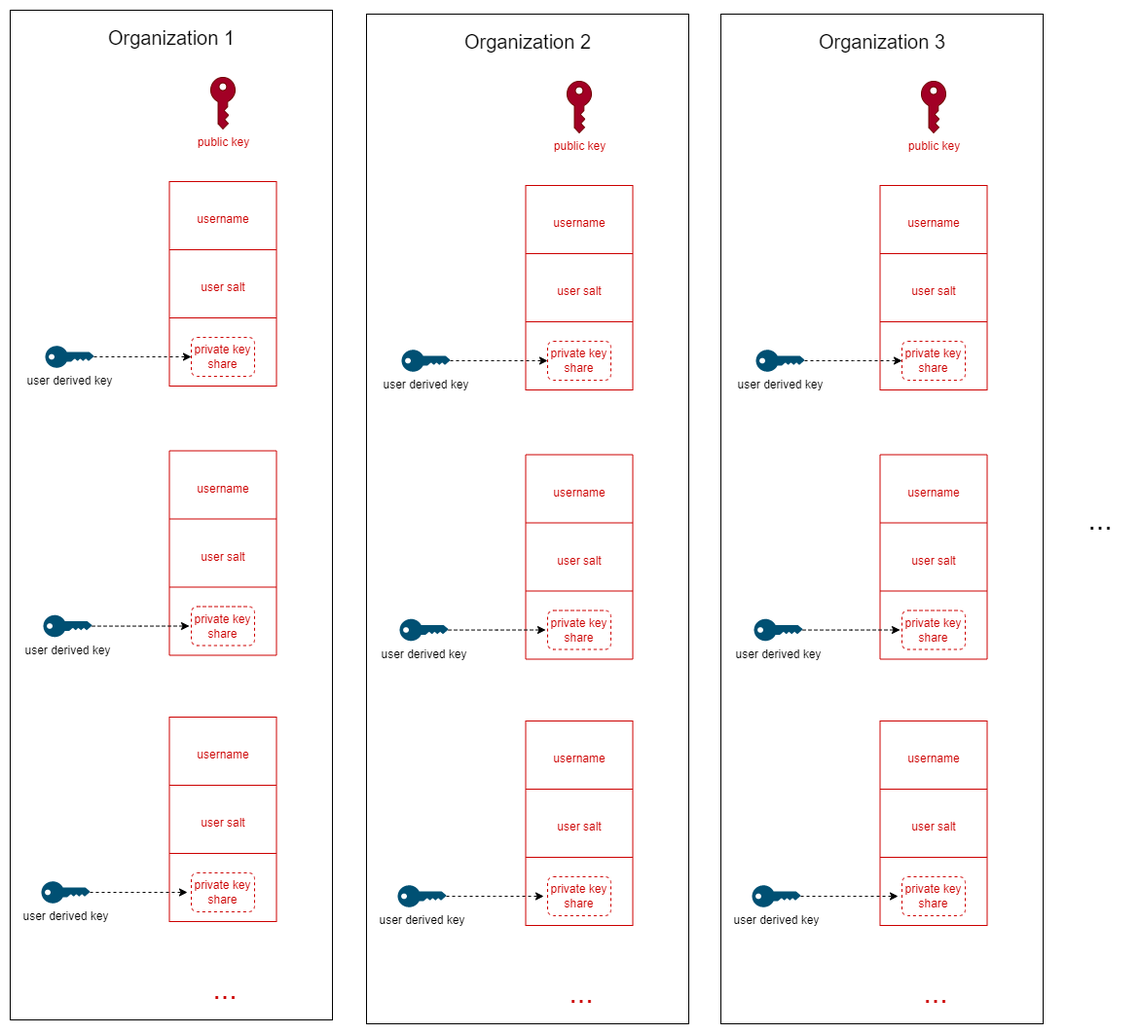
The draw.io diagram readme-images/Storage root key shares.drawio.png in damienmaier/encrypted-vault, before a commit. Source tidied: cells renumbered, new cells last; positions are measured from the earlier drawing's top-left corner, leaving out a move shared by most shapes.
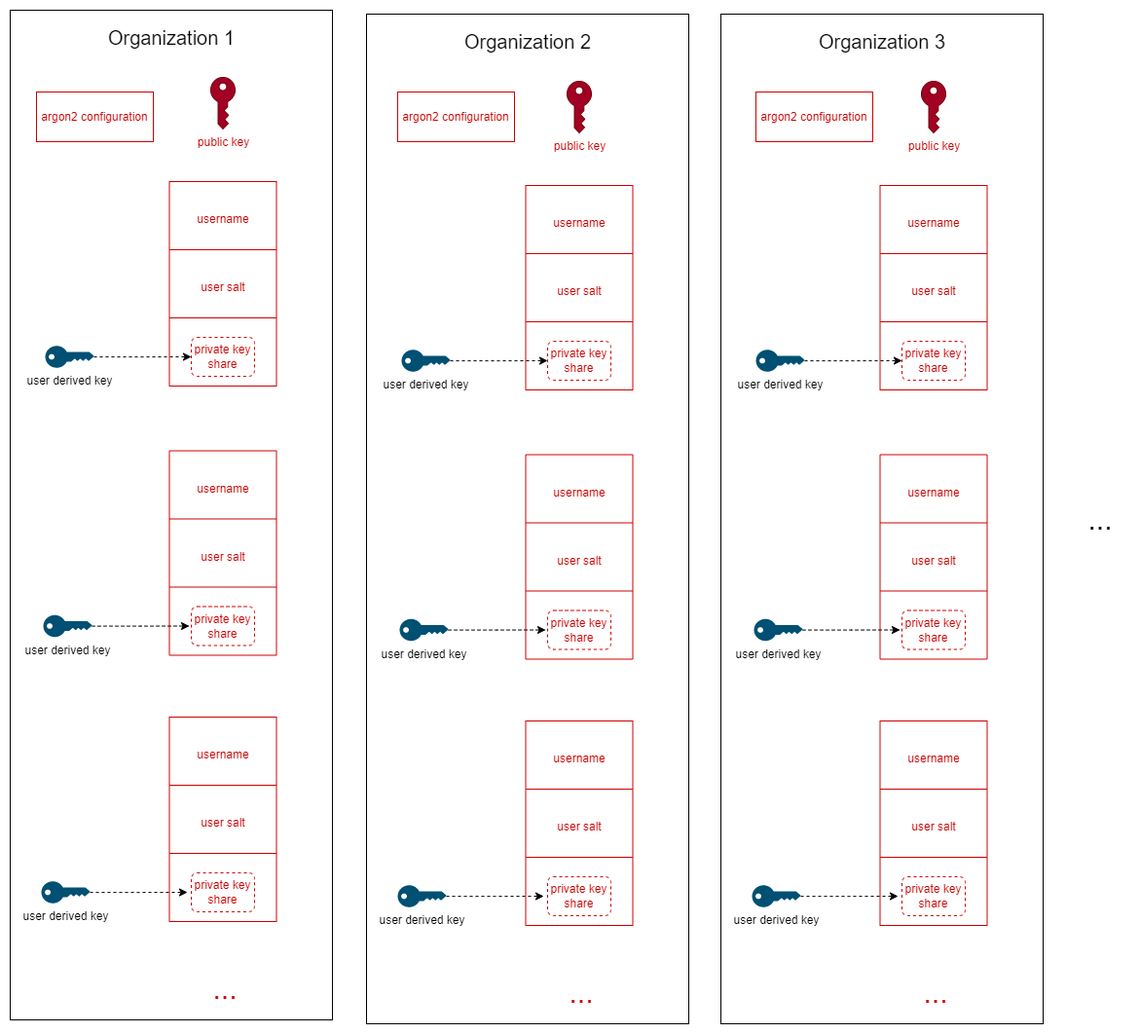
The same diagram one commit later.

Change to the diagram source:
```diff
@@ -329,5 +329,14 @@
     <mxCell id="104" value="&lt;font style=&quot;font-size: 30px;&quot;&gt;...&lt;/font&gt;" style="text;html=1;strokeColor=none;fillColor=none;align=center;verticalAlign=middle;whiteSpace=wrap;rounded=0;fontSize=12;" parent="1" vertex="1">
       <mxGeometry x="1090" y="507.5" width="60" height="30" as="geometry" />
     </mxCell>
+    <mxCell id="105" value="&lt;font color=&quot;#cc0000&quot;&gt;argon2 configuration&lt;/font&gt;" style="rounded=0;whiteSpace=wrap;html=1;strokeColor=#CC0000;" parent="1" vertex="1">
+      <mxGeometry x="27" y="84" width="120" height="51" as="geometry" />
+    </mxCell>
+    <mxCell id="106" value="&lt;font color=&quot;#cc0000&quot;&gt;argon2 configuration&lt;/font&gt;" style="rounded=0;whiteSpace=wrap;html=1;strokeColor=#CC0000;" parent="1" vertex="1">
+      <mxGeometry x="766" y="84" width="120" height="51" as="geometry" />
+    </mxCell>
+    <mxCell id="107" value="&lt;font color=&quot;#cc0000&quot;&gt;argon2 configuration&lt;/font&gt;" style="rounded=0;whiteSpace=wrap;html=1;strokeColor=#CC0000;" parent="1" vertex="1">
+      <mxGeometry x="398" y="84" width="120" height="51" as="geometry" />
+    </mxCell>
   </root>
 </mxGraphModel>
```
